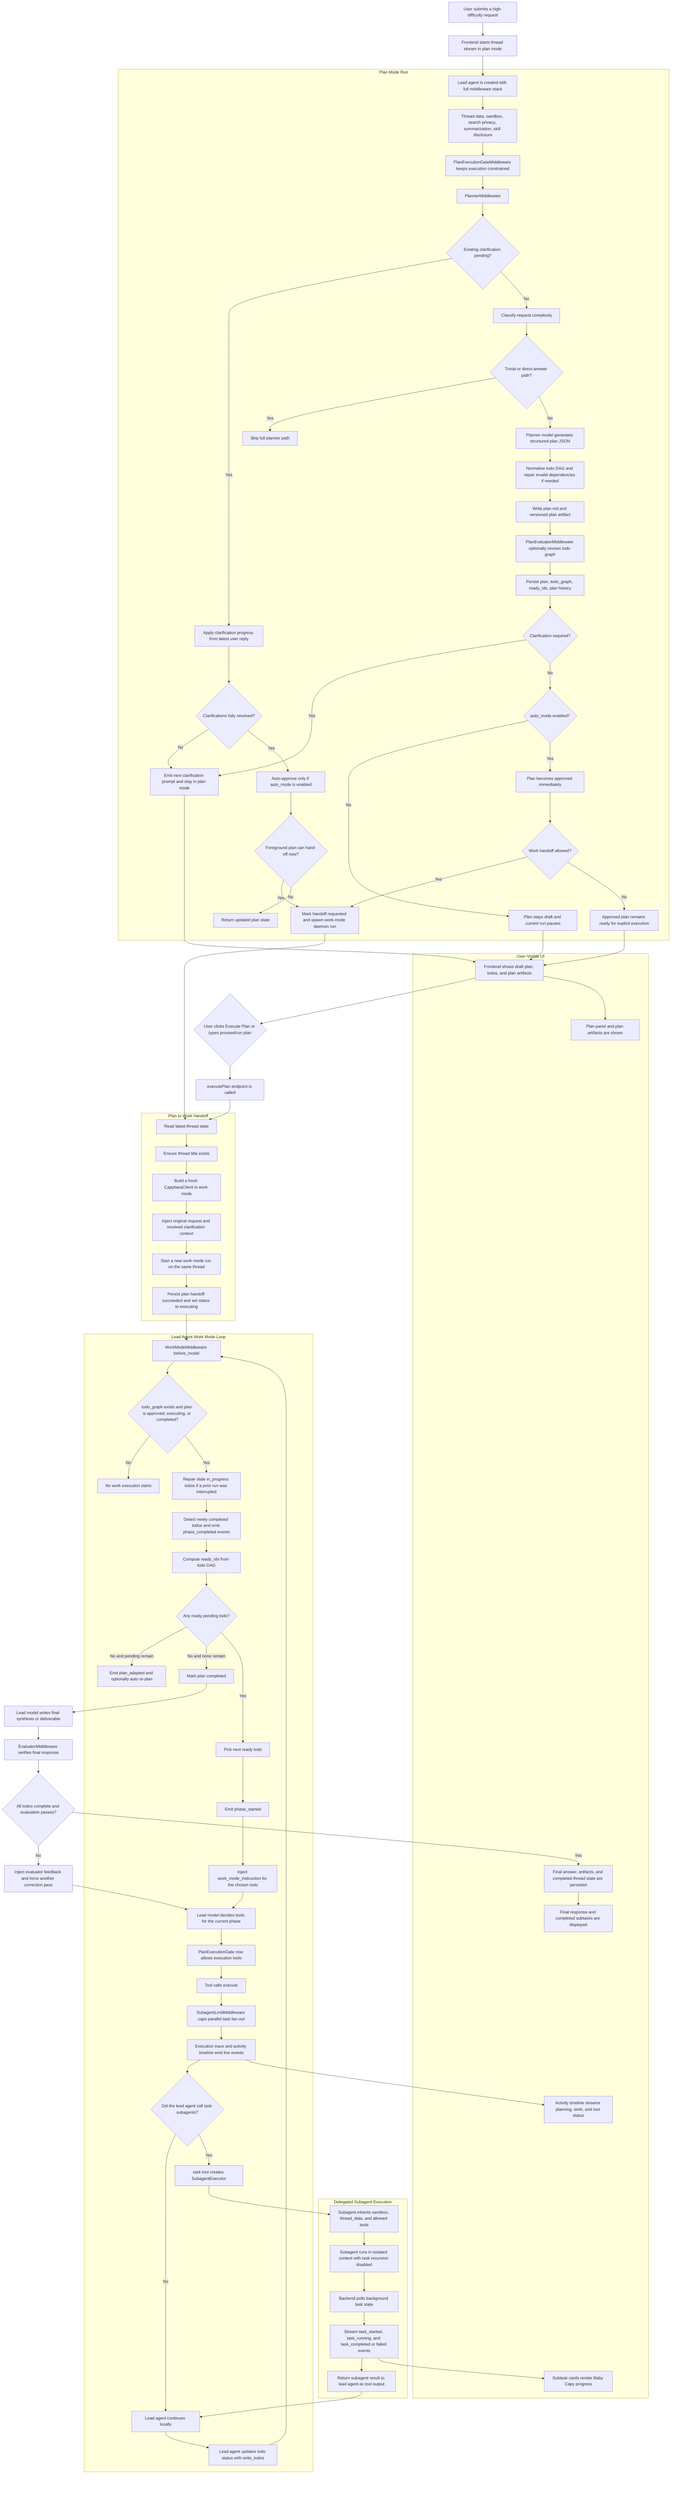
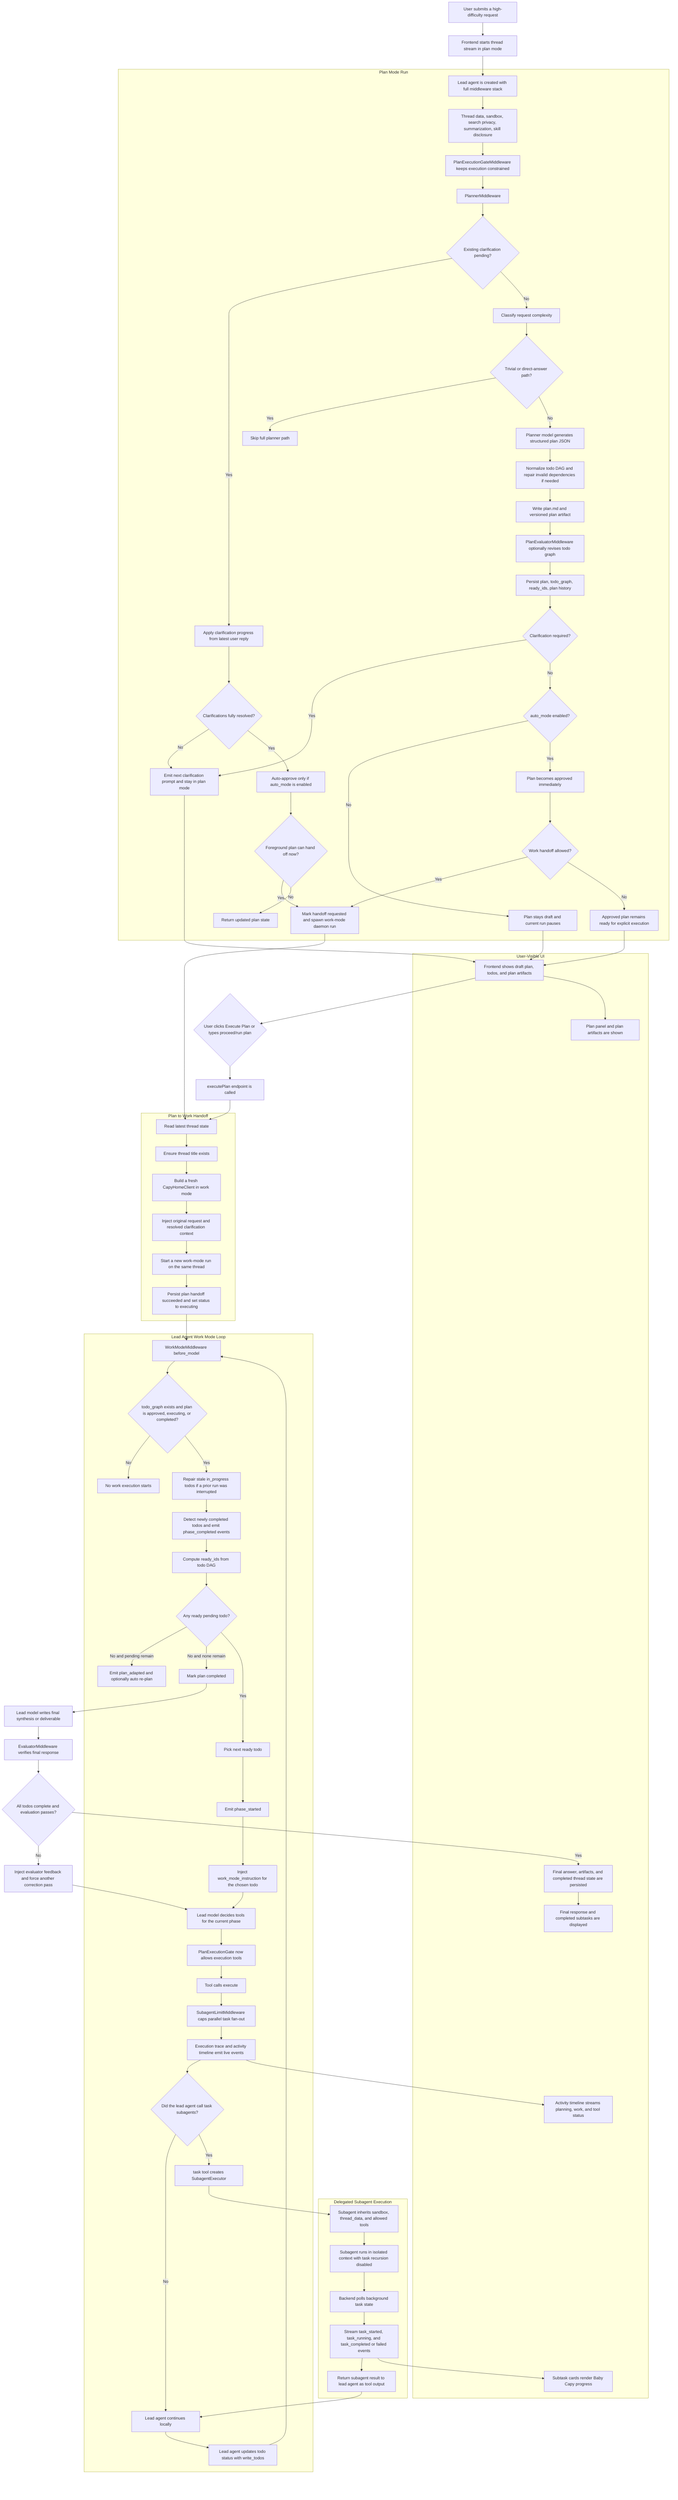
flowchart TD
    U[User submits a high-difficulty request] --> FE1[Frontend starts thread stream in plan mode]
    FE1 --> LA0[Lead agent is created with full middleware stack]

    subgraph PlanMode["Plan Mode Run"]
        LA0 --> MW0[Thread data, sandbox, search privacy, summarization, skill disclosure]
        MW0 --> G1[PlanExecutionGateMiddleware keeps execution constrained]
        G1 --> PM[PlannerMiddleware]
        PM --> P0{Existing clarification pending?}

        P0 -- Yes --> P1[Apply clarification progress from latest user reply]
        P1 --> P2{Clarifications fully resolved?}
        P2 -- No --> P3[Emit next clarification prompt and stay in plan mode]
        P2 -- Yes --> P4[Auto-approve only if auto_mode is enabled]
        P4 --> P5{Foreground plan can hand off now?}
        P5 -- Yes --> P6[Mark handoff requested and spawn work-mode daemon run]
        P5 -- No --> P7[Return updated plan state]

        P0 -- No --> C0[Classify request complexity]
        C0 --> C1{Trivial or direct-answer path?}
        C1 -- Yes --> C2[Skip full planner path]
        C1 -- No --> P8[Planner model generates structured plan JSON]
        P8 --> P9[Normalize todo DAG and repair invalid dependencies if needed]
        P9 --> P10[Write plan.md and versioned plan artifact]
        P10 --> P11[PlanEvaluatorMiddleware optionally revises todo graph]
        P11 --> P12[Persist plan, todo_graph, ready_ids, plan history]
        P12 --> P13{Clarification required?}
        P13 -- Yes --> P3
        P13 -- No --> P14{auto_mode enabled?}
        P14 -- No --> P15[Plan stays draft and current run pauses]
        P14 -- Yes --> P16[Plan becomes approved immediately]
        P16 --> P17{Work handoff allowed?}
        P17 -- Yes --> P6
        P17 -- No --> P18[Approved plan remains ready for explicit execution]
    end

    P15 --> FE2[Frontend shows draft plan, todos, and plan artifacts]
    P18 --> FE2
    P3 --> FE2

    FE2 --> UX{User clicks Execute Plan or types proceed/run plan}
    UX --> API[executePlan endpoint is called]
    API --> H0

    subgraph Handoff["Plan to Work Handoff"]
        P6 --> H0[Read latest thread state]
        H0 --> H1[Ensure thread title exists]
-         H1 --> H2[Build a fresh CapybaraClient in work mode]
+         H1 --> H2[Build a fresh CapyHomeClient in work mode]
        H2 --> H3[Inject original request and resolved clarification context]
        H3 --> H4[Start a new work-mode run on the same thread]
        H4 --> H5[Persist plan handoff succeeded and set status to executing]
    end

    subgraph WorkMode["Lead Agent Work Mode Loop"]
        H5 --> W0[WorkModeMiddleware before_model]
        W0 --> W1{todo_graph exists and plan is approved, executing, or completed?}
        W1 -- No --> W2[No work execution starts]
        W1 -- Yes --> W3[Repair stale in_progress todos if a prior run was interrupted]
        W3 --> W4[Detect newly completed todos and emit phase_completed events]
        W4 --> W5[Compute ready_ids from todo DAG]
        W5 --> W6{Any ready pending todo?}

        W6 -- No and pending remain --> W7[Emit plan_adapted and optionally auto re-plan]
        W6 -- No and none remain --> W8[Mark plan completed]
        W6 -- Yes --> W9[Pick next ready todo]

        W9 --> W10[Emit phase_started]
        W10 --> W11[Inject work_mode_instruction for the chosen todo]
        W11 --> W12[Lead model decides tools for the current phase]
        W12 --> W13[PlanExecutionGate now allows execution tools]
        W13 --> W14[Tool calls execute]
        W14 --> W15[SubagentLimitMiddleware caps parallel task fan-out]
        W15 --> W16[Execution trace and activity timeline emit live events]
        W16 --> W17{Did the lead agent call task subagents?}

        W17 -- No --> W18[Lead agent continues locally]
        W17 -- Yes --> S0

        W18 --> W19[Lead agent updates todo status with write_todos]
        W19 --> W0
    end

    subgraph Subagents["Delegated Subagent Execution"]
        S0[task tool creates SubagentExecutor] --> S1[Subagent inherits sandbox, thread_data, and allowed tools]
        S1 --> S2[Subagent runs in isolated context with task recursion disabled]
        S2 --> S3[Backend polls background task state]
        S3 --> S4[Stream task_started, task_running, and task_completed or failed events]
        S4 --> S5[Return subagent result to lead agent as tool output]
    end

    S5 --> W18

    W8 --> F0[Lead model writes final synthesis or deliverable]
    F0 --> F1[EvaluatorMiddleware verifies final response]
    F1 --> F2{All todos complete and evaluation passes?}
    F2 -- No --> F3[Inject evaluator feedback and force another correction pass]
    F3 --> W12
    F2 -- Yes --> F4[Final answer, artifacts, and completed thread state are persisted]

    subgraph Frontend["User-Visible UI"]
        FE2 --> UI1[Plan panel and plan artifacts are shown]
        S4 --> UI2[Subtask cards render Baby Capy progress]
        W16 --> UI3[Activity timeline streams planning, work, and tool status]
        F4 --> UI4[Final response and completed subtasks are displayed]
    end
